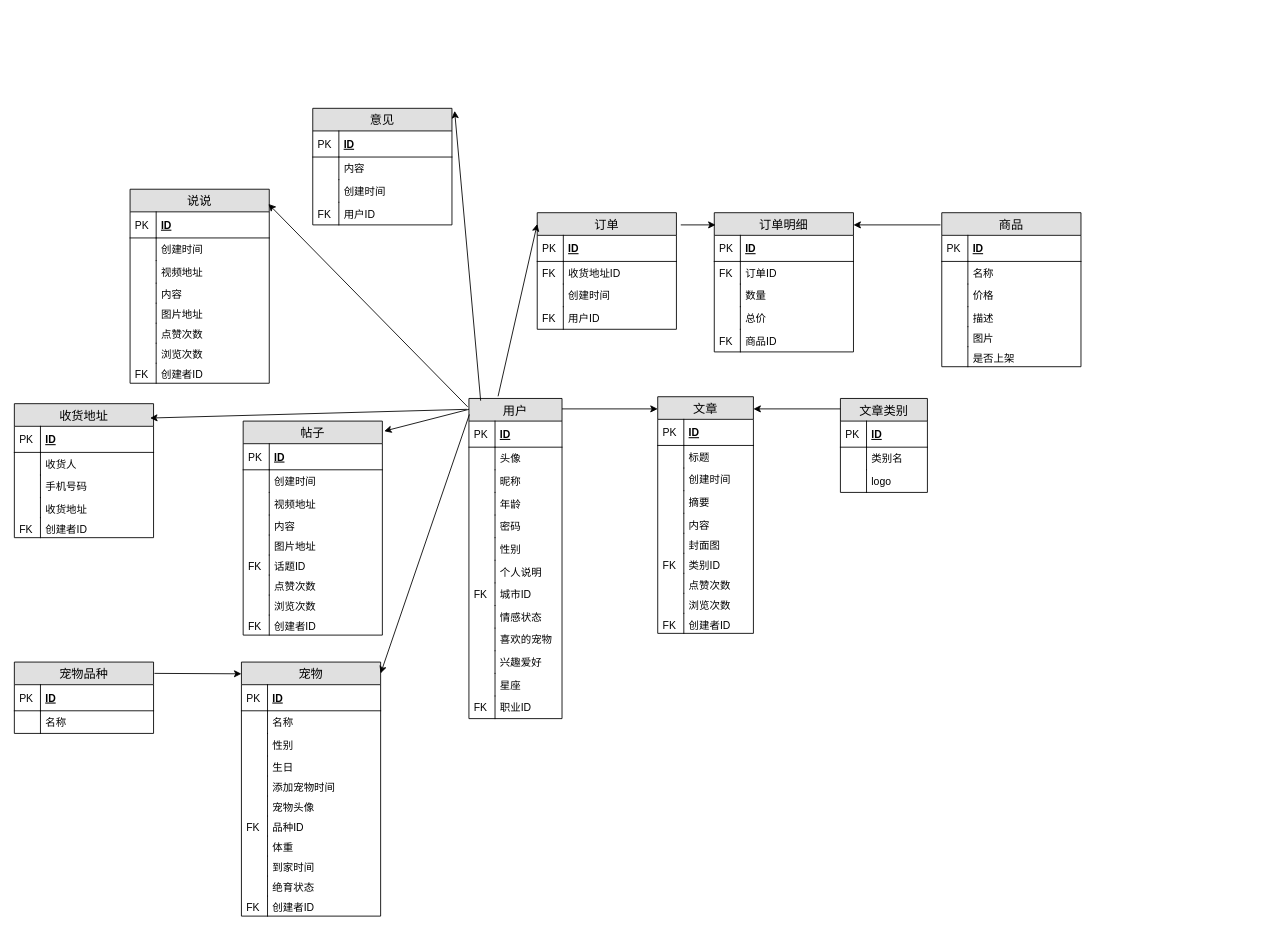
The draw.io diagram pet/uml/面向对象数据库设计2.drawio in JMHello/draw, before the edit. Source tidied: cells renumbered, new cells numbered last; positions are measured from the earlier drawing's top-left corner, leaving out a move shared by most shapes. Both pictures are drawn from the tidied source at 87%, with x=0, y=0 at pixel (14, 108).
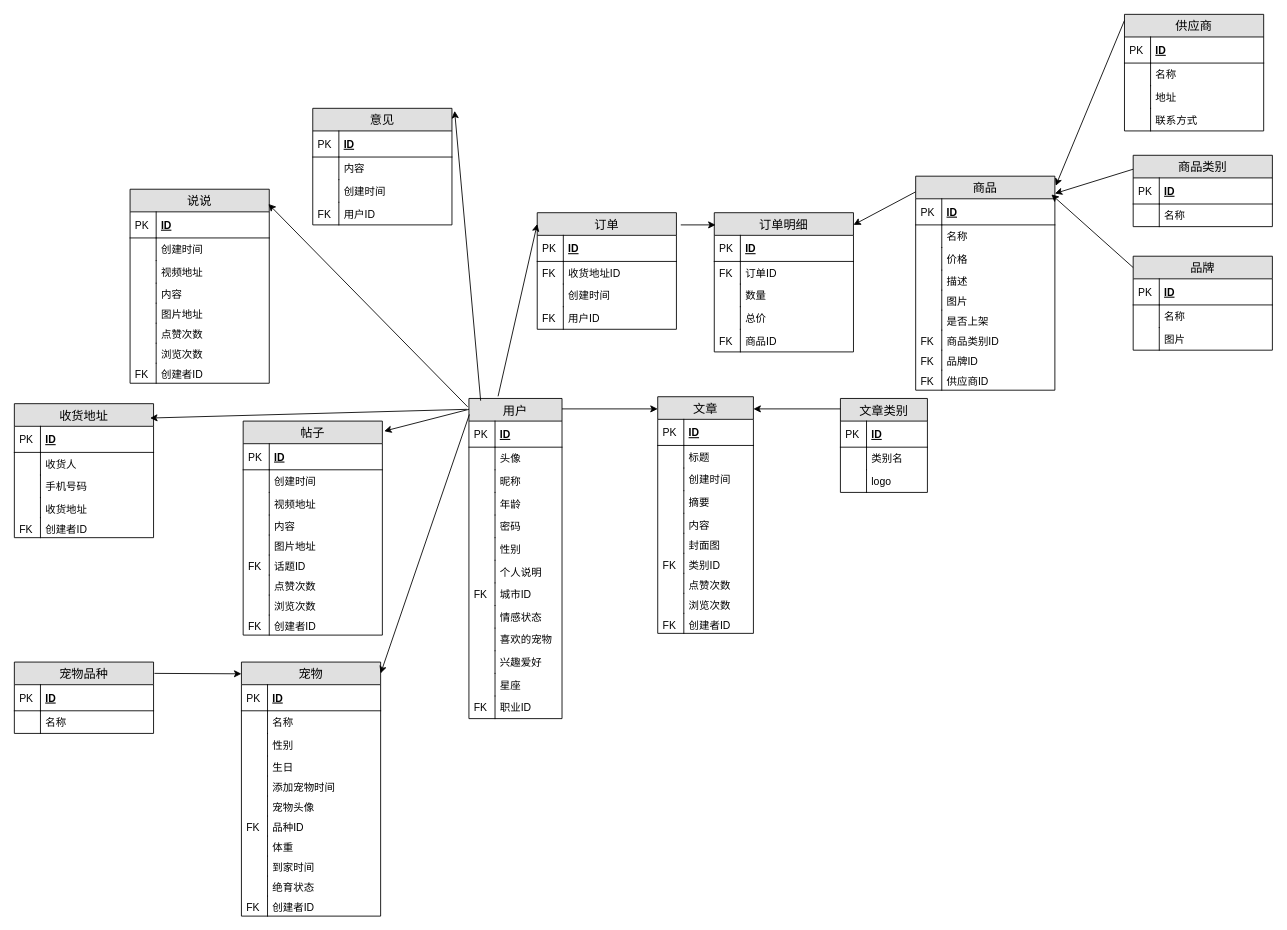
The same diagram, later.

Commit message (it also covers changes not shown here):
Update 面向对象数据库设计2.drawio

The change refers to these unchanged cells:
```xml
<mxCell id="173" value="ID" style="shape=partialRectangle;top=0;left=0;right=0;bottom=1;align=left;verticalAlign=middle;fillColor=none;spacingLeft=34;spacingRight=4;overflow=hidden;points=[[0,0.5],[1,0.5]];portConstraint=eastwest;fontStyle=5;fontSize=12;" parent="172" vertex="1">
  <mxGeometry y="26" width="160" height="30" as="geometry" />
</mxCell>
```

Diff of the diagram source:
```diff
@@
     <mxCell id="172" value="商品" style="swimlane;fontStyle=0;horizontal=1;startSize=26;fillColor=#e0e0e0;swimlaneFillColor=#ffffff;align=center;fontSize=14;" parent="1" vertex="1">
-      <mxGeometry x="1066" y="120" width="160" height="177" as="geometry" />
+      <mxGeometry x="1036" y="78" width="160" height="246" as="geometry" />
     </mxCell>
@@
+    <mxCell id="186" value="商品类别ID" style="shape=partialRectangle;top=0;left=0;right=0;bottom=0;align=left;verticalAlign=top;fillColor=none;spacingLeft=34;spacingRight=4;overflow=hidden;fontSize=12;" parent="172" vertex="1">
+      <mxGeometry y="177" width="160" height="23" as="geometry" />
+    </mxCell>
+    <mxCell id="187" value="FK" style="shape=partialRectangle;top=0;left=0;bottom=0;fillColor=none;align=left;verticalAlign=top;spacingLeft=4;spacingRight=4;overflow=hidden;fontSize=12;" parent="186" vertex="1">
+      <mxGeometry width="30" height="23" as="geometry" />
+    </mxCell>
+    <mxCell id="188" value="品牌ID" style="shape=partialRectangle;top=0;left=0;right=0;bottom=0;align=left;verticalAlign=top;fillColor=none;spacingLeft=34;spacingRight=4;overflow=hidden;fontSize=12;" parent="172" vertex="1">
+      <mxGeometry y="200" width="160" height="23" as="geometry" />
+    </mxCell>
+    <mxCell id="189" value="FK" style="shape=partialRectangle;top=0;left=0;bottom=0;fillColor=none;align=left;verticalAlign=top;spacingLeft=4;spacingRight=4;overflow=hidden;fontSize=12;" parent="188" vertex="1">
+      <mxGeometry width="30" height="23" as="geometry" />
+    </mxCell>
+    <mxCell id="190" value="供应商ID" style="shape=partialRectangle;top=0;left=0;right=0;bottom=0;align=left;verticalAlign=top;fillColor=none;spacingLeft=34;spacingRight=4;overflow=hidden;fontSize=12;" parent="172" vertex="1">
+      <mxGeometry y="223" width="160" height="23" as="geometry" />
+    </mxCell>
+    <mxCell id="191" value="FK" style="shape=partialRectangle;top=0;left=0;bottom=0;fillColor=none;align=left;verticalAlign=top;spacingLeft=4;spacingRight=4;overflow=hidden;fontSize=12;" parent="190" vertex="1">
+      <mxGeometry width="30" height="23" as="geometry" />
+    </mxCell>
     <mxCell id="185" style="endArrow=classic;html=1;" parent="1" edge="1">
       <mxGeometry relative="1" as="geometry">
-        <mxPoint x="1064.5" y="134" as="sourcePoint" />
+        <mxPoint x="1036" y="96" as="sourcePoint" />
         <mxPoint x="964.5" y="134" as="targetPoint" />
       </mxGeometry>
     </mxCell>
+    <mxCell id="192" value="商品类别" style="swimlane;fontStyle=0;horizontal=1;startSize=26;fillColor=#e0e0e0;swimlaneFillColor=#ffffff;align=center;fontSize=14;" parent="1" vertex="1">
+      <mxGeometry x="1286" y="54" width="160" height="82" as="geometry" />
+    </mxCell>
+    <mxCell id="193" value="ID" style="shape=partialRectangle;top=0;left=0;right=0;bottom=1;align=left;verticalAlign=middle;fillColor=none;spacingLeft=34;spacingRight=4;overflow=hidden;fontStyle=5;fontSize=12;" parent="192" vertex="1">
+      <mxGeometry y="26" width="160" height="30" as="geometry" />
+    </mxCell>
+    <mxCell id="194" value="PK" style="shape=partialRectangle;top=0;left=0;bottom=0;fillColor=none;align=left;verticalAlign=middle;spacingLeft=4;spacingRight=4;overflow=hidden;fontSize=12;" parent="193" vertex="1">
+      <mxGeometry width="30" height="30" as="geometry" />
+    </mxCell>
+    <mxCell id="195" value="名称" style="shape=partialRectangle;top=0;left=0;right=0;bottom=0;align=left;verticalAlign=top;fillColor=none;spacingLeft=34;spacingRight=4;overflow=hidden;fontSize=12;" parent="192" vertex="1">
+      <mxGeometry y="56" width="160" height="26" as="geometry" />
+    </mxCell>
+    <mxCell id="196" style="shape=partialRectangle;top=0;left=0;bottom=0;fillColor=none;align=left;verticalAlign=top;spacingLeft=4;spacingRight=4;overflow=hidden;fontSize=12;" parent="195" vertex="1">
+      <mxGeometry width="30" height="26" as="geometry" />
+    </mxCell>
+    <mxCell id="197" value="品牌" style="swimlane;fontStyle=0;horizontal=1;startSize=26;fillColor=#e0e0e0;swimlaneFillColor=#ffffff;align=center;fontSize=14;" parent="1" vertex="1">
+      <mxGeometry x="1286" y="170" width="160" height="108" as="geometry" />
+    </mxCell>
+    <mxCell id="198" value="ID" style="shape=partialRectangle;top=0;left=0;right=0;bottom=1;align=left;verticalAlign=middle;fillColor=none;spacingLeft=34;spacingRight=4;overflow=hidden;fontStyle=5;fontSize=12;" parent="197" vertex="1">
+      <mxGeometry y="26" width="160" height="30" as="geometry" />
+    </mxCell>
+    <mxCell id="199" value="PK" style="shape=partialRectangle;top=0;left=0;bottom=0;fillColor=none;align=left;verticalAlign=middle;spacingLeft=4;spacingRight=4;overflow=hidden;fontSize=12;" parent="198" vertex="1">
+      <mxGeometry width="30" height="30" as="geometry" />
+    </mxCell>
+    <mxCell id="200" value="名称" style="shape=partialRectangle;top=0;left=0;right=0;bottom=0;align=left;verticalAlign=top;fillColor=none;spacingLeft=34;spacingRight=4;overflow=hidden;fontSize=12;" parent="197" vertex="1">
+      <mxGeometry y="56" width="160" height="26" as="geometry" />
+    </mxCell>
+    <mxCell id="201" style="shape=partialRectangle;top=0;left=0;bottom=0;fillColor=none;align=left;verticalAlign=top;spacingLeft=4;spacingRight=4;overflow=hidden;fontSize=12;" parent="200" vertex="1">
+      <mxGeometry width="30" height="26" as="geometry" />
+    </mxCell>
+    <mxCell id="202" value="图片" style="shape=partialRectangle;top=0;left=0;right=0;bottom=0;align=left;verticalAlign=top;fillColor=none;spacingLeft=34;spacingRight=4;overflow=hidden;fontSize=12;" parent="197" vertex="1">
+      <mxGeometry y="82" width="160" height="26" as="geometry" />
+    </mxCell>
+    <mxCell id="203" style="shape=partialRectangle;top=0;left=0;bottom=0;fillColor=none;align=left;verticalAlign=top;spacingLeft=4;spacingRight=4;overflow=hidden;fontSize=12;" parent="202" vertex="1">
+      <mxGeometry width="30" height="26" as="geometry" />
+    </mxCell>
+    <mxCell id="204" value="供应商" style="swimlane;fontStyle=0;horizontal=1;startSize=26;fillColor=#e0e0e0;swimlaneFillColor=#ffffff;align=center;fontSize=14;" parent="1" vertex="1">
+      <mxGeometry x="1276" y="-108" width="160" height="134" as="geometry" />
+    </mxCell>
+    <mxCell id="205" value="ID" style="shape=partialRectangle;top=0;left=0;right=0;bottom=1;align=left;verticalAlign=middle;fillColor=none;spacingLeft=34;spacingRight=4;overflow=hidden;fontStyle=5;fontSize=12;" parent="204" vertex="1">
+      <mxGeometry y="26" width="160" height="30" as="geometry" />
+    </mxCell>
+    <mxCell id="206" value="PK" style="shape=partialRectangle;top=0;left=0;bottom=0;fillColor=none;align=left;verticalAlign=middle;spacingLeft=4;spacingRight=4;overflow=hidden;fontSize=12;" parent="205" vertex="1">
+      <mxGeometry width="30" height="30" as="geometry" />
+    </mxCell>
+    <mxCell id="207" value="名称" style="shape=partialRectangle;top=0;left=0;right=0;bottom=0;align=left;verticalAlign=top;fillColor=none;spacingLeft=34;spacingRight=4;overflow=hidden;fontSize=12;" parent="204" vertex="1">
+      <mxGeometry y="56" width="160" height="26" as="geometry" />
+    </mxCell>
+    <mxCell id="208" style="shape=partialRectangle;top=0;left=0;bottom=0;fillColor=none;align=left;verticalAlign=top;spacingLeft=4;spacingRight=4;overflow=hidden;fontSize=12;" parent="207" vertex="1">
+      <mxGeometry width="30" height="26" as="geometry" />
+    </mxCell>
+    <mxCell id="209" value="地址" style="shape=partialRectangle;top=0;left=0;right=0;bottom=0;align=left;verticalAlign=top;fillColor=none;spacingLeft=34;spacingRight=4;overflow=hidden;fontSize=12;" parent="204" vertex="1">
+      <mxGeometry y="82" width="160" height="26" as="geometry" />
+    </mxCell>
+    <mxCell id="210" style="shape=partialRectangle;top=0;left=0;bottom=0;fillColor=none;align=left;verticalAlign=top;spacingLeft=4;spacingRight=4;overflow=hidden;fontSize=12;" parent="209" vertex="1">
+      <mxGeometry width="30" height="26" as="geometry" />
+    </mxCell>
+    <mxCell id="211" value="联系方式" style="shape=partialRectangle;top=0;left=0;right=0;bottom=0;align=left;verticalAlign=top;fillColor=none;spacingLeft=34;spacingRight=4;overflow=hidden;fontSize=12;" parent="204" vertex="1">
+      <mxGeometry y="108" width="160" height="26" as="geometry" />
+    </mxCell>
+    <mxCell id="212" style="shape=partialRectangle;top=0;left=0;bottom=0;fillColor=none;align=left;verticalAlign=top;spacingLeft=4;spacingRight=4;overflow=hidden;fontSize=12;" parent="211" vertex="1">
+      <mxGeometry width="30" height="26" as="geometry" />
+    </mxCell>
+    <mxCell id="213" style="endArrow=classic;html=1;entryX=1.006;entryY=0.045;entryDx=0;entryDy=0;entryPerimeter=0;" parent="1" edge="1" target="172">
+      <mxGeometry relative="1" as="geometry">
+        <mxPoint x="1276" y="-101" as="sourcePoint" />
+      </mxGeometry>
+    </mxCell>
+    <mxCell id="214" style="endArrow=classic;html=1;entryX=1;entryY=0.081;entryDx=0;entryDy=0;entryPerimeter=0;" parent="1" edge="1" target="172">
+      <mxGeometry relative="1" as="geometry">
+        <mxPoint x="1286" y="70" as="sourcePoint" />
+      </mxGeometry>
+    </mxCell>
+    <mxCell id="215" style="endArrow=classic;html=1;entryX=0.975;entryY=-0.167;entryDx=0;entryDy=0;entryPerimeter=0;" parent="1" edge="1" target="173">
+      <mxGeometry relative="1" as="geometry">
+        <mxPoint x="1286" y="183" as="sourcePoint" />
+      </mxGeometry>
+    </mxCell>
```
